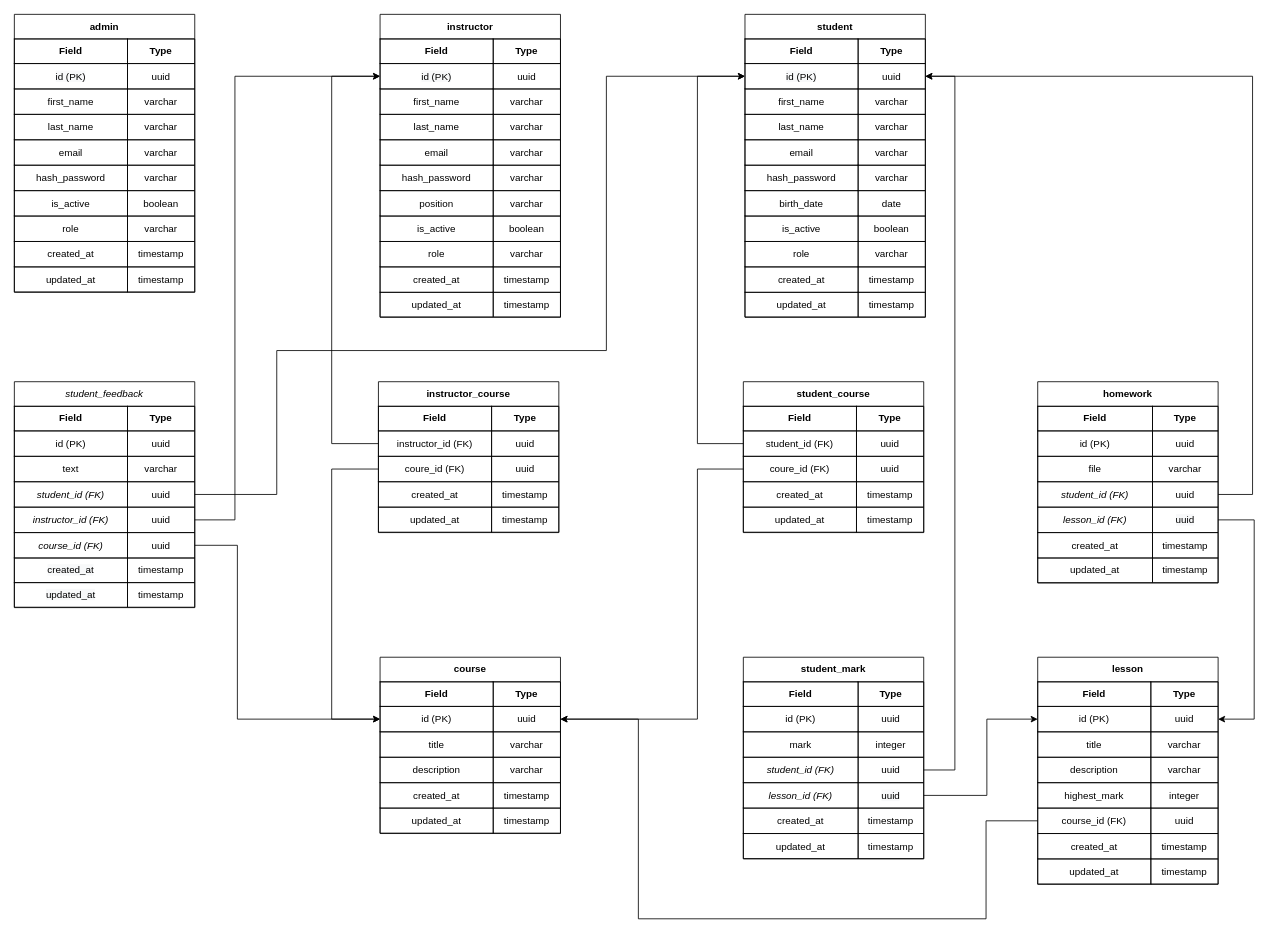
Earlier version of the draw.io diagram tables.drawio (PashaShevchuk/diagrams). Source tidied: cells renumbered, new cells numbered last; positions are measured from the earlier drawing's top-left corner, leaving out a move shared by most shapes. Both pictures are drawn from the tidied source at 82%, with x=0, y=0 at pixel (14, 14).
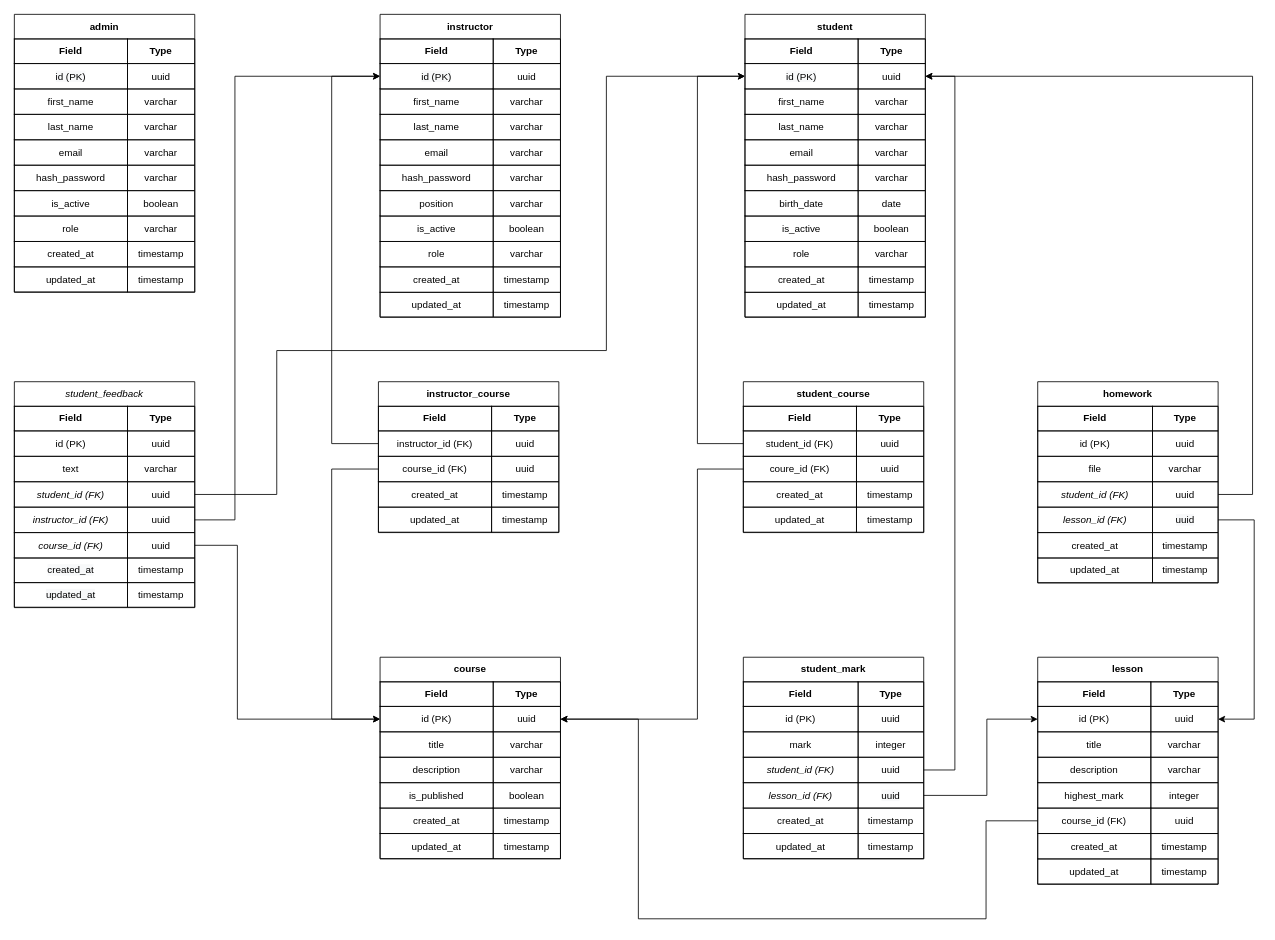
The same page after the edit.

The change refers to these unchanged cells:
```xml
<mxCell id="75" style="html=1;whiteSpace=wrap;fillColor=none;strokeColor=none;points=[[0,0.5],[1,0.5]];portConstraint=eastwest;" parent="68" vertex="1">
  <mxGeometry y="91" width="220" height="31" as="geometry" />
</mxCell>
```

The edit, as a diff of the source:
```diff
@@
     <mxCell id="33" value="course" style="swimlane;startSize=30;html=1;whiteSpace=wrap;childLayout=tableLayout;" parent="1" vertex="1">
-      <mxGeometry x="446" y="784" width="220" height="214.5" as="geometry" />
+      <mxGeometry x="446" y="784" width="220" height="245.5" as="geometry" />
     </mxCell>
@@
+    <mxCell id="258" style="html=1;whiteSpace=wrap;fillColor=none;strokeColor=none;" parent="33" vertex="1">
+      <mxGeometry y="153" width="220" height="31" as="geometry" />
+    </mxCell>
+    <mxCell id="259" value="is_published" style="shape=partialRectangle;html=1;whiteSpace=wrap;fillColor=none;" parent="258" vertex="1">
+      <mxGeometry width="138" height="31" as="geometry" />
+    </mxCell>
+    <mxCell id="260" value="&lt;span style=&quot;&quot;&gt;boolean&lt;/span&gt;" style="shape=partialRectangle;html=1;whiteSpace=wrap;fillColor=none;" parent="258" vertex="1">
+      <mxGeometry x="138" width="82" height="31" as="geometry" />
+    </mxCell>
     <mxCell id="46" style="html=1;whiteSpace=wrap;fillColor=none;strokeColor=none;" parent="33" vertex="1">
-      <mxGeometry y="153" width="220" height="31" as="geometry" />
+      <mxGeometry y="184" width="220" height="31" as="geometry" />
     </mxCell>
@@
     <mxCell id="49" style="html=1;whiteSpace=wrap;fillColor=none;strokeColor=none;" parent="33" vertex="1">
-      <mxGeometry y="184" width="220" height="31" as="geometry" />
+      <mxGeometry y="215" width="220" height="31" as="geometry" />
     </mxCell>
@@
-    <mxCell id="76" value="coure_id (FK)" style="shape=partialRectangle;html=1;whiteSpace=wrap;fillColor=none;" parent="75" vertex="1">
+    <mxCell id="76" value="course_id (FK)" style="shape=partialRectangle;html=1;whiteSpace=wrap;fillColor=none;" parent="75" vertex="1">
       <mxGeometry width="138" height="31" as="geometry" />
     </mxCell>
```
